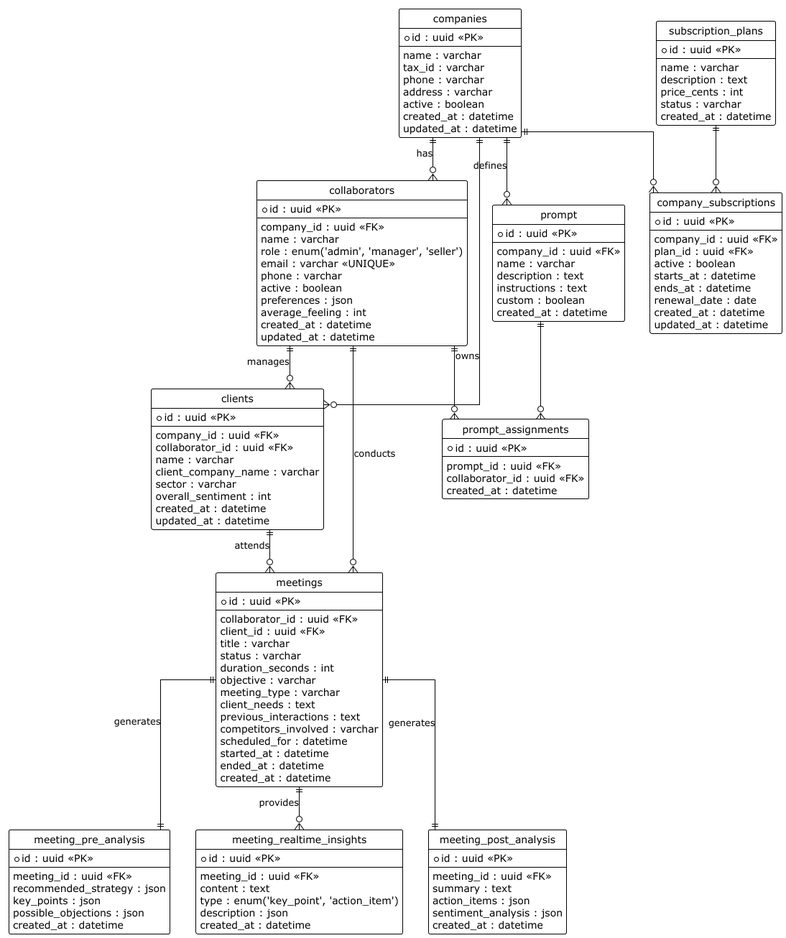
Before: docs/database.png, a diagram exported from PlantUML (SalesPilot-AGES/Backend). Its source is kept beside it as docs/database.puml. Its diagram source:
```plantuml
@startuml
!theme plain
hide circle
skinparam linetype ortho

entity "companies" as companies {
  * id : uuid <<PK>>
  --
  name : varchar
  tax_id : varchar
  phone : varchar
  address : varchar
  active : boolean
  created_at : datetime
  updated_at : datetime
}


entity "collaborators" as collaborators {
  * id : uuid <<PK>>
  --
  company_id : uuid <<FK>>
  name : varchar
  role : enum('admin', 'manager', 'seller')
  email : varchar <<UNIQUE>>
  phone : varchar
  active : boolean
  preferences : json
  average_feeling : int
  created_at : datetime
  updated_at : datetime
}

entity "clients" as clients {
  * id : uuid <<PK>>
  --
  company_id : uuid <<FK>>
  collaborator_id : uuid <<FK>>
  name : varchar
  client_company_name : varchar
  sector : varchar
  overall_sentiment : int
  created_at : datetime
  updated_at : datetime
}

entity "meetings" as meetings {
  * id : uuid <<PK>>
  --
  collaborator_id : uuid <<FK>>
  client_id : uuid <<FK>>
  title : varchar
  status : varchar
  duration_seconds : int
  objective : varchar
  meeting_type : varchar
  client_needs : text
  previous_interactions : text
  competitors_involved : varchar
  scheduled_for : datetime
  started_at : datetime
  ended_at : datetime
  created_at : datetime
}

entity "meeting_pre_analysis" as pre_analysis {
  * id : uuid <<PK>>
  --
  meeting_id : uuid <<FK>>
  recommended_strategy : json
  key_points : json
  possible_objections : json
  created_at : datetime
}

entity "meeting_realtime_insights" as insights {
  * id : uuid <<PK>>
  --
  meeting_id : uuid <<FK>>
  content : text
  type : enum('key_point', 'action_item')
  description : json
  created_at : datetime
}

entity "meeting_post_analysis" as post_analysis {
  * id : uuid <<PK>>
  --
  meeting_id : uuid <<FK>>
  summary : text
  action_items : json
  sentiment_analysis : json
  created_at : datetime
}

entity "prompt" as prompt {
  * id : uuid <<PK>>
  --
  company_id : uuid <<FK>>
  name : varchar
  description : text
  instructions : text
  custom : boolean
  created_at : datetime
}

entity "prompt_assignments" as assignments {
  * id : uuid <<PK>>
  --
  prompt_id : uuid <<FK>>
  collaborator_id : uuid <<FK>>
  created_at : datetime
}

entity "company_subscriptions" as subs {
  * id : uuid <<PK>>
  --
  company_id : uuid <<FK>>
  plan_id : uuid <<FK>>
  active : boolean
  starts_at : datetime
  ends_at : datetime
  renewal_date : date
  created_at : datetime
  updated_at : datetime
}

entity "subscription_plans" as plans {
  * id : uuid <<PK>>
  --
  name : varchar
  description : text
  price_cents : int
  status : varchar
  created_at : datetime
}



companies ||--o{ collaborators : "has"
companies ||--o{ prompt : "defines"
companies ||--o{ clients : "owns"

collaborators ||--o{ meetings : "conducts"
collaborators ||--o{ assignments
collaborators ||--o{ clients : "manages"

clients ||--o{ meetings : "attends"

meetings ||--|| post_analysis : "generates"
meetings ||--|| pre_analysis : "generates"
meetings ||--o{ insights : "provides"

prompt ||--o{ assignments

companies ||--o{ subs
plans ||--o{ subs

@enduml
```
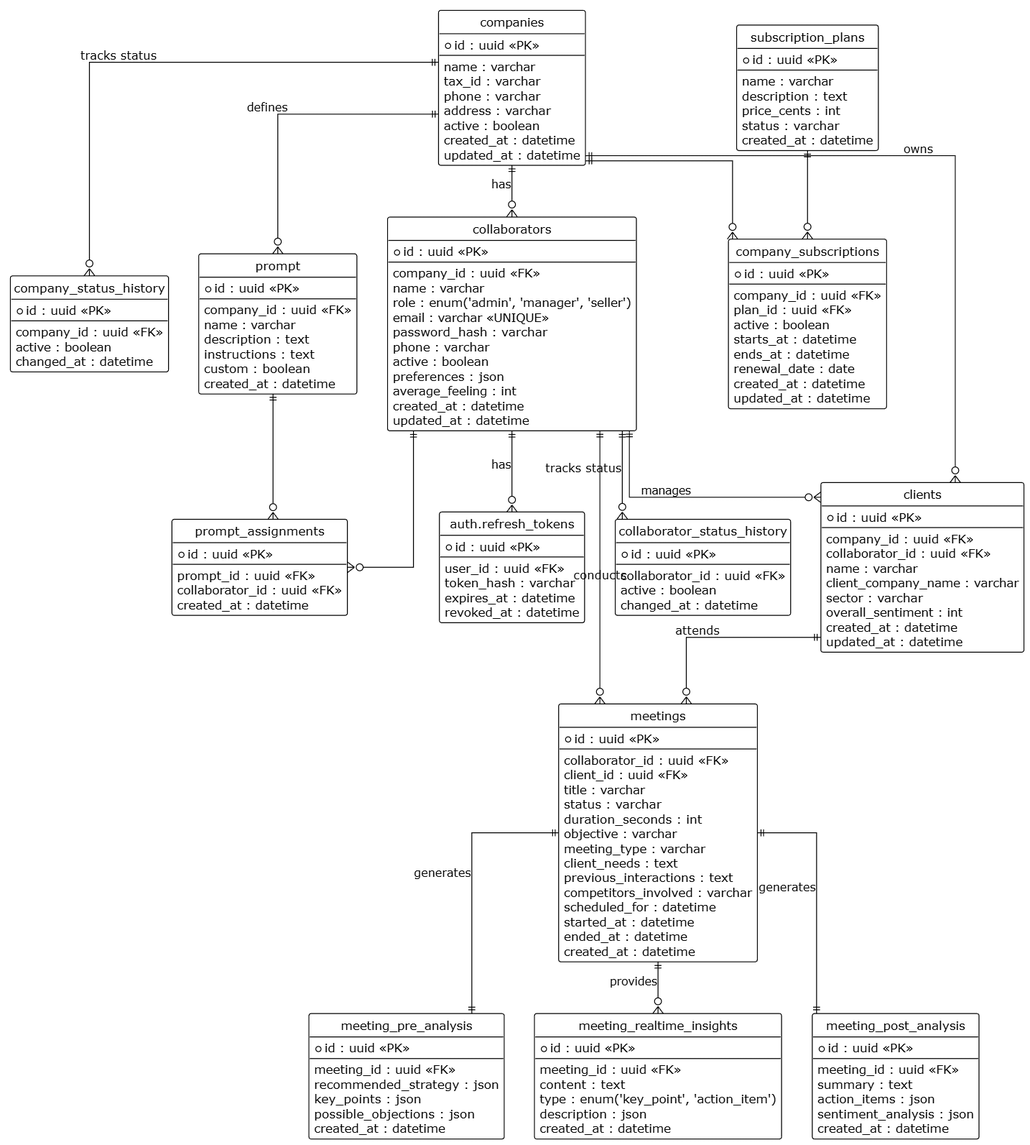
The same diagram one commit later.

What changed in the source:
```diff
@@ -1,4 +1,4 @@
-@startuml
+@startuml "Salespilot Database"
 !theme plain
 hide circle
 skinparam linetype ortho
@@ -15,7 +15,6 @@
   updated_at : datetime
 }
 
-
 entity "collaborators" as collaborators {
   * id : uuid <<PK>>
   --
@@ -23,12 +22,38 @@
   name : varchar
   role : enum('admin', 'manager', 'seller')
   email : varchar <<UNIQUE>>
+  password_hash : varchar
   phone : varchar
   active : boolean
   preferences : json
   average_feeling : int
   created_at : datetime
   updated_at : datetime
+}
+
+entity "auth.refresh_tokens" as refresh_tokens {
+  * id : uuid <<PK>>
+  --
+  user_id : uuid <<FK>>
+  token_hash : varchar
+  expires_at : datetime
+  revoked_at : datetime
+}
+
+entity "company_status_history" as company_status_history {
+  * id : uuid <<PK>>
+  --
+  company_id : uuid <<FK>>
+  active : boolean
+  changed_at : datetime
+}
+
+entity "collaborator_status_history" as collaborator_status_history {
+  * id : uuid <<PK>>
+  --
+  collaborator_id : uuid <<FK>>
+  active : boolean
+  changed_at : datetime
 }
 
 entity "clients" as clients {
@@ -135,15 +160,16 @@
   created_at : datetime
 }
 
-
-
 companies ||--o{ collaborators : "has"
 companies ||--o{ prompt : "defines"
 companies ||--o{ clients : "owns"
+companies ||--o{ company_status_history : "tracks status"
 
 collaborators ||--o{ meetings : "conducts"
 collaborators ||--o{ assignments
 collaborators ||--o{ clients : "manages"
+collaborators ||--o{ refresh_tokens : "has"
+collaborators ||--o{ collaborator_status_history : "tracks status"
 
 clients ||--o{ meetings : "attends"
 
```
